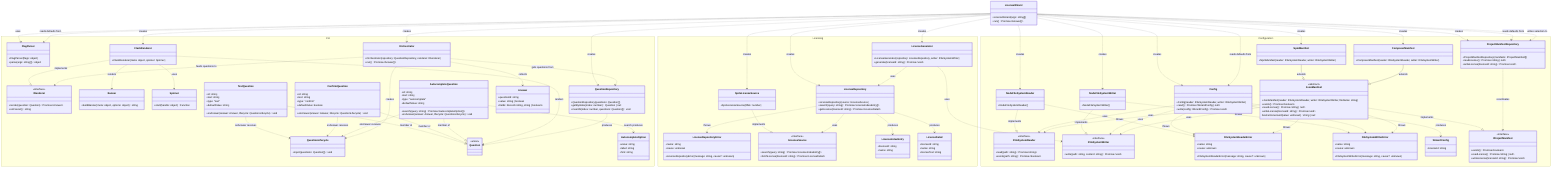
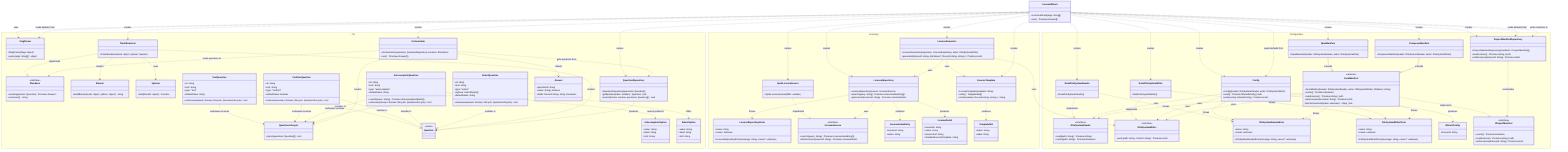
classDiagram
  direction TB

  class LicenseWizard {
    +LicenseWizard(args: string[])
    +run() Promise~Answer[]~
  }

  namespace CLI {
    class FlagParser {
      +FlagParser(flags: object)
      +parse(args: string[]) object
    }

    class Orchestrator {
      +Orchestrator(repository: QuestionRepository, renderer: IRenderer)
      +run() Promise~Answer[]~
    }

    class IRenderer {
      <<interface>>
      +render(question: Question) Promise~Answer~
      +onCancel() string
    }

    class ClackRenderer {
      +ClackRenderer(meta: object, spinner: Spinner)
    }

    class Banner {
      +buildBanner(meta: object, options: object) string
    }

    class Spinner {
      +start(handle: object) Function
    }

    class QuestionRepository {
      +QuestionRepository(questions: Question[])
      +getByIndex(index: number) Question | null
      +insertAt(index: number, questions: Question[]) void
    }

    class QuestionLifecycle {
      +inject(questions: Question[]) void
    }

    class Question {
      <<union>>
    }

    class TextQuestion {
      +id: string
      +text: string
      +type: "text"
      +defaultValue: string
      +onAnswer(answer: Answer, lifecycle: QuestionLifecycle) void
    }

    class ConfirmQuestion {
      +id: string
      +text: string
      +type: "confirm"
      +defaultValue: boolean
      +onAnswer(answer: Answer, lifecycle: QuestionLifecycle) void
    }

    class AutocompleteQuestion {
      +id: string
      +text: string
      +type: "autocomplete"
      +defaultValue: string
      +search(query: string) Promise~AutocompleteOption[]~
      +onAnswer(answer: Answer, lifecycle: QuestionLifecycle) void
    }

    class AutocompleteOption {
+       +value: string
+       +label: string
+       +hint: string
+     }
+ 
+     class SelectQuestion {
+       +id: string
+       +text: string
+       +type: "select"
+       +options: SelectOption[]
+       +defaultValue: string
+       +onAnswer(answer: Answer, lifecycle: QuestionLifecycle) void
+     }
+ 
+     class SelectOption {
      +value: string
      +label: string
      +hint: string
    }

    class Answer {
      +questionId: string
      +value: string | boolean
      +fields: Record~string, string | boolean~
    }
  }

  namespace Licensing {
    class LicenseRepository {
      +LicenseRepository(source: ILicenseSource)
      +search(query: string) Promise~LicenseIndexEntry[]~
      +getLicense(licenseId: string) Promise~LicenseDetail~
    }

    class LicenseRepositoryError {
      +name: string
      +cause: unknown
      +LicenseRepositoryError(message: string, cause?: unknown)
    }

    class ILicenseSource {
      <<interface>>
      +search(query: string) Promise~LicenseIndexEntry[]~
      +fetchLicense(licenseId: string) Promise~LicenseDetail~
    }

    class SpdxLicenseSource {
      +SpdxLicenseSource(ttlMs: number)
    }

    class LicenseIndexEntry {
      +licenseId: string
      +name: string
    }

    class LicenseDetail {
      +licenseId: string
      +name: string
      +licenseText: string
+       +standardLicenseTemplate: string
+     }
+ 
+     class LicenseTemplate {
+       +LicenseTemplate(template: string)
+       +slots() TemplateSlot[]
+       +render(values: Record~string, string~) string
+     }
+ 
+     class TemplateSlot {
+       +token: string
+       +label: string
    }

    class LicenseGenerator {
      +LicenseGenerator(repository: LicenseRepository, writer: IFileSystemWriter)
-       +generate(licenseId: string) Promise~void~
+       +generate(licenseId: string, slotValues?: Record~string, string~) Promise~void~
    }
  }

  namespace Configuration {
    class IFileSystemReader {
      <<interface>>
      +read(path: string) Promise~string~
      +exists(path: string) Promise~boolean~
    }

    class IFileSystemWriter {
      <<interface>>
      +write(path: string, content: string) Promise~void~
    }

    class NodeFileSystemReader {
      +NodeFileSystemReader()
    }

    class NodeFileSystemWriter {
      +NodeFileSystemWriter()
    }

    class FileSystemReaderError {
      +name: string
      +cause: unknown
      +FileSystemReaderError(message: string, cause?: unknown)
    }

    class FileSystemWriterError {
      +name: string
      +cause: unknown
      +FileSystemWriterError(message: string, cause?: unknown)
    }

    class WizardConfig {
      +licenseId: string
    }

    class Config {
      +Config(reader: IFileSystemReader, writer: IFileSystemWriter)
      +read() Promise~WizardConfig | null~
      +write(config: WizardConfig) Promise~void~
    }

    class IProjectManifest {
      <<interface>>
      +exists() Promise~boolean~
      +readLicense() Promise~string | null~
      +writeLicense(licenseId: string) Promise~void~
    }

    class JsonManifest {
      <<abstract>>
      +JsonManifest(reader: IFileSystemReader, writer: IFileSystemWriter, fileName: string)
      +exists() Promise~boolean~
      +readLicense() Promise~string | null~
      +writeLicense(licenseId: string) Promise~void~
      #extractLicenseId(value: unknown)* string | null
    }

    class NpmManifest {
      +NpmManifest(reader: IFileSystemReader, writer: IFileSystemWriter)
    }

    class ComposerManifest {
      +ComposerManifest(reader: IFileSystemReader, writer: IFileSystemWriter)
    }

    class ProjectManifestRepository {
      +ProjectManifestRepository(manifests: IProjectManifest[])
      +readLicense() Promise~string | null~
      +writeLicense(licenseId: string) Promise~void~
    }
  }

  TextQuestion ..|> Question : member of
  ConfirmQuestion ..|> Question : member of
  AutocompleteQuestion ..|> Question : member of
+   SelectQuestion ..|> Question : member of
  TextQuestion ..> QuestionLifecycle : onAnswer receives
  ConfirmQuestion ..> QuestionLifecycle : onAnswer receives
  AutocompleteQuestion ..> QuestionLifecycle : onAnswer receives
+   SelectQuestion ..> QuestionLifecycle : onAnswer receives
+   SelectQuestion ..> SelectOption : offers
  Orchestrator ..> QuestionLifecycle : creates
  ClackRenderer ..|> IRenderer : implements
  ClackRenderer ..> Spinner : uses
  ClackRenderer ..> Banner : renders
  LicenseWizard ..> FlagParser : uses
  LicenseWizard ..> FlagParser : reads defaults from
  LicenseWizard ..> QuestionRepository : creates
  LicenseWizard ..> ClackRenderer : creates
  LicenseWizard ..> Orchestrator : creates
  LicenseWizard ..> SpdxLicenseSource : creates
  LicenseWizard ..> LicenseRepository : creates
  LicenseWizard ..> LicenseGenerator : creates
  Orchestrator ..> QuestionRepository : gets questions from
  Orchestrator ..> IRenderer : feeds questions to
  ClackRenderer ..> Question : renders
  QuestionRepository ..> Question : produces
  AutocompleteQuestion ..> AutocompleteOption : search produces
  Orchestrator ..> Answer : collects
  SpdxLicenseSource ..|> ILicenseSource : implements
  LicenseRepository ..> ILicenseSource : uses
  LicenseRepository ..> LicenseIndexEntry : produces
  LicenseRepository ..> LicenseDetail : produces
  LicenseRepository ..> LicenseRepositoryError : throws
  LicenseGenerator ..> LicenseRepository : uses
  LicenseGenerator ..> IFileSystemWriter : uses
+   LicenseGenerator ..> LicenseTemplate : uses
+   LicenseTemplate ..> TemplateSlot : produces
+   LicenseWizard ..> LicenseTemplate : creates
  NodeFileSystemReader ..|> IFileSystemReader : implements
  NodeFileSystemWriter ..|> IFileSystemWriter : implements
  NodeFileSystemReader ..> FileSystemReaderError : throws
  NodeFileSystemWriter ..> FileSystemWriterError : throws
  Config ..> IFileSystemReader : uses
  Config ..> IFileSystemWriter : uses
  Config ..> WizardConfig : produces
  Config ..> FileSystemReaderError : throws
  Config ..> FileSystemWriterError : throws
  JsonManifest ..|> IProjectManifest : implements
  NpmManifest --|> JsonManifest : extends
  ComposerManifest --|> JsonManifest : extends
  JsonManifest ..> IFileSystemReader : uses
  JsonManifest ..> IFileSystemWriter : uses
  JsonManifest ..> FileSystemReaderError : throws
  JsonManifest ..> FileSystemWriterError : throws
  ProjectManifestRepository ..> IProjectManifest : coordinates
  LicenseWizard ..> NodeFileSystemReader : creates
  LicenseWizard ..> NodeFileSystemWriter : creates
  LicenseWizard ..> Config : creates
  LicenseWizard ..> Config : reads defaults from
  LicenseWizard ..> NpmManifest : creates
  LicenseWizard ..> ComposerManifest : creates
  LicenseWizard ..> ProjectManifestRepository : creates
  LicenseWizard ..> ProjectManifestRepository : reads defaults from
  LicenseWizard ..> ProjectManifestRepository : writes selection to
